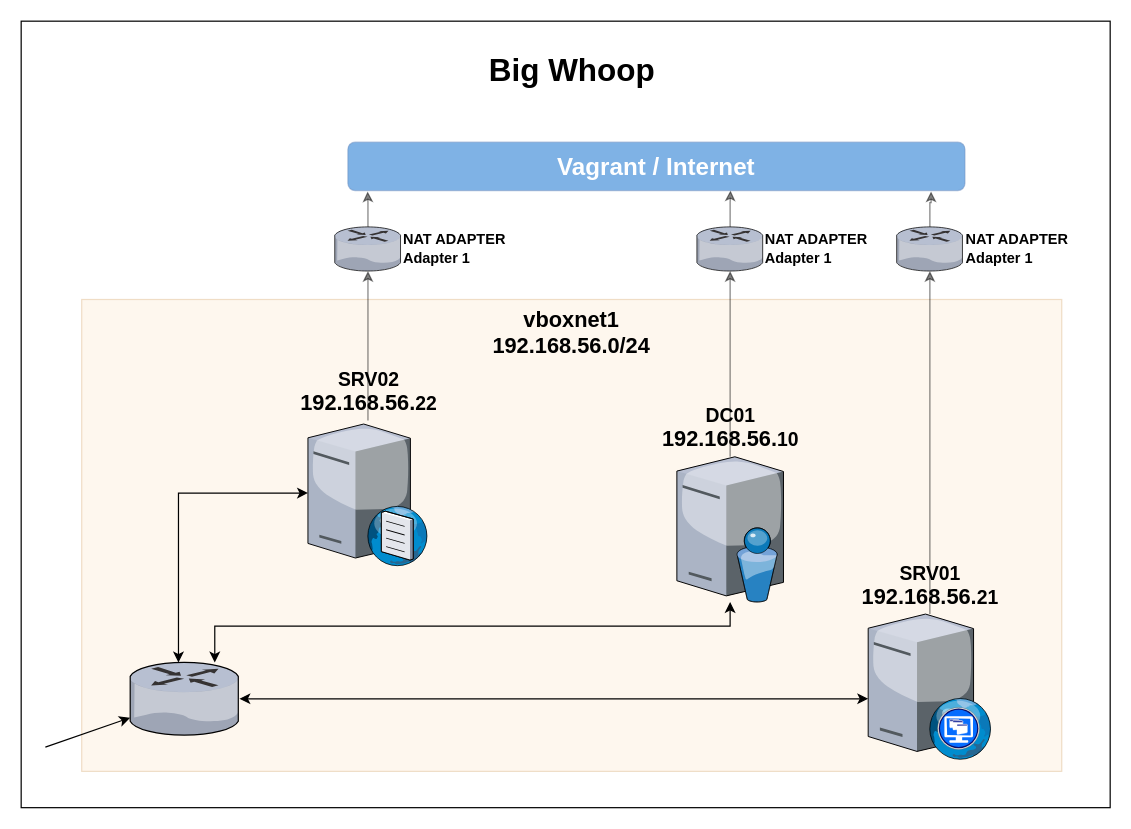
Earlier version of the draw.io diagram pics/whoop.drawio (mncmb/ninevox). Source tidied: cells renumbered, new cells numbered last; positions are measured from the earlier drawing's top-left corner, leaving out a move shared by most shapes. Both pictures are drawn from the tidied source at 121%, with x=0, y=0 at pixel (21, 21).
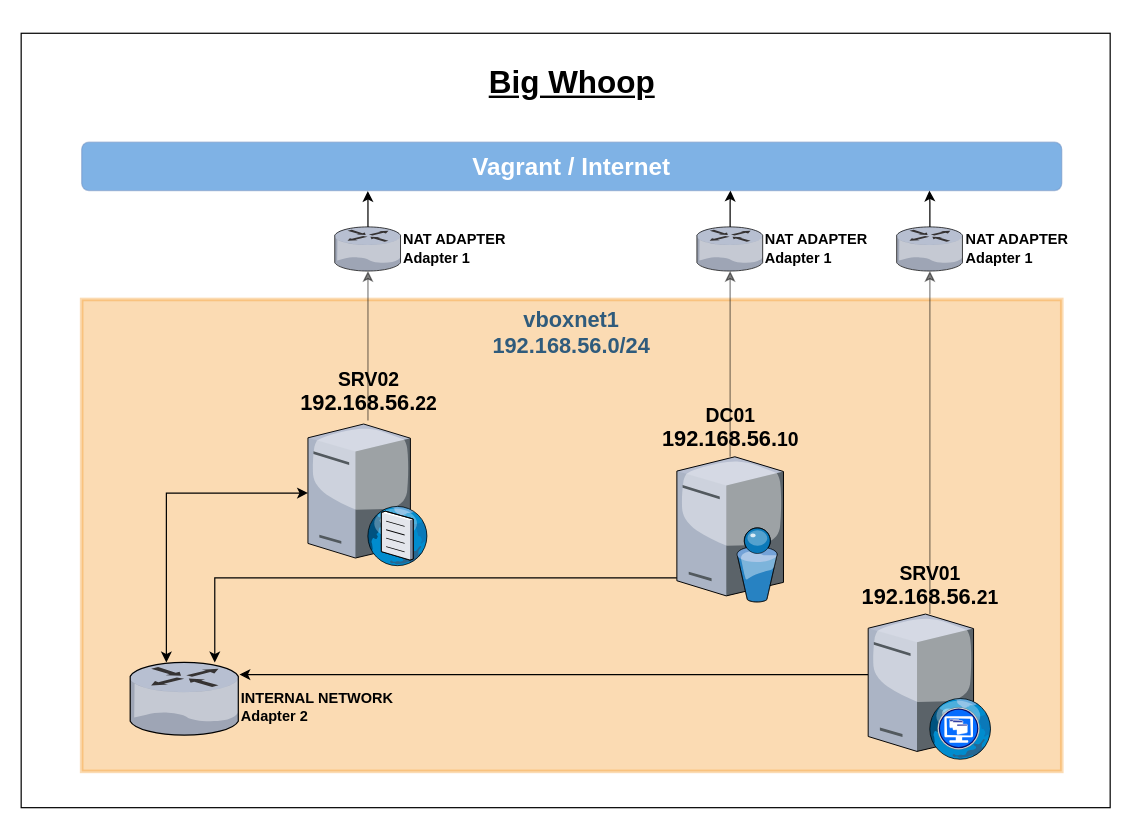
The same page after the edit.

The change refers to these unchanged cells:
```xml
<mxCell id="7" value="&lt;div style=&quot;font-size: 16px&quot;&gt;&lt;font style=&quot;font-size: 16px&quot;&gt;DC01&lt;/font&gt;&lt;/div&gt;&lt;span style=&quot;font-size: 18px&quot;&gt;192.168.56.&lt;/span&gt;&lt;span style=&quot;font-size: 16px&quot;&gt;10&lt;/span&gt;&lt;span style=&quot;font-size: 18px&quot;&gt;&lt;br&gt;&lt;/span&gt;" style="verticalLabelPosition=top;sketch=0;html=1;verticalAlign=bottom;strokeColor=#82b366;align=center;outlineConnect=0;shape=mxgraph.citrix.directory_server;labelPosition=center;fontSize=14;fontStyle=1;fillColor=#d5e8d4;" parent="1" vertex="1">
  <mxGeometry x="541.9" y="360" width="88.1" height="120" as="geometry" />
</mxCell>
<mxCell id="10" value="&lt;font style=&quot;font-size: 16px&quot;&gt;SRV02&lt;br&gt;&lt;/font&gt;&lt;span style=&quot;font-size: 18px&quot;&gt;192.168.56.&lt;/span&gt;&lt;span style=&quot;font-size: 16px&quot;&gt;22&lt;/span&gt;&lt;span style=&quot;font-size: 18px&quot;&gt;&lt;br&gt;&lt;/span&gt;" style="verticalLabelPosition=top;sketch=0;html=1;verticalAlign=bottom;strokeColor=none;align=center;outlineConnect=0;shape=mxgraph.citrix.dns_server;labelPosition=center;fontSize=14;fontStyle=1;" parent="1" vertex="1">
  <mxGeometry x="237" y="330" width="99.2" height="120" as="geometry" />
</mxCell>
<mxCell id="13" value="&lt;div style=&quot;font-size: 16px&quot;&gt;&lt;font style=&quot;font-size: 16px&quot;&gt;SRV01&lt;/font&gt;&lt;/div&gt;&lt;span style=&quot;font-size: 18px&quot;&gt;192.168.56.&lt;/span&gt;&lt;span style=&quot;font-size: 16px&quot;&gt;21&lt;/span&gt;&lt;span style=&quot;font-size: 18px&quot;&gt;&lt;br&gt;&lt;/span&gt;" style="verticalLabelPosition=top;sketch=0;html=1;verticalAlign=bottom;strokeColor=none;align=center;outlineConnect=0;shape=mxgraph.citrix.desktop_web;labelPosition=center;fontSize=14;fontStyle=1;" parent="1" vertex="1">
  <mxGeometry x="700" y="490" width="102" height="120" as="geometry" />
</mxCell>
<mxCell id="17" value="&lt;span style=&quot;text-align: left&quot;&gt;NAT ADAPTER&lt;/span&gt;&lt;br style=&quot;text-align: left&quot;&gt;&lt;span style=&quot;text-align: left&quot;&gt;Adapter 1&lt;/span&gt;" style="verticalLabelPosition=middle;sketch=0;html=1;verticalAlign=middle;strokeColor=none;align=left;outlineConnect=0;shape=mxgraph.citrix.router;labelPosition=right;fontStyle=1;" parent="1" vertex="1">
  <mxGeometry x="723.5" y="170" width="55" height="36.5" as="geometry" />
</mxCell>
<mxCell id="19" value="&lt;span style=&quot;text-align: left&quot;&gt;NAT ADAPTER&lt;/span&gt;&lt;br style=&quot;text-align: left&quot;&gt;&lt;span style=&quot;text-align: left&quot;&gt;Adapter 1&lt;/span&gt;" style="verticalLabelPosition=middle;sketch=0;html=1;verticalAlign=middle;strokeColor=none;align=left;outlineConnect=0;shape=mxgraph.citrix.router;labelPosition=right;fontStyle=1;" parent="1" vertex="1">
  <mxGeometry x="558.4" y="170" width="55" height="36.5" as="geometry" />
</mxCell>
<mxCell id="21" value="NAT ADAPTER&lt;br&gt;Adapter 1" style="verticalLabelPosition=middle;sketch=0;html=1;verticalAlign=middle;strokeColor=none;align=left;outlineConnect=0;shape=mxgraph.citrix.router;labelPosition=right;fontStyle=1;" parent="1" vertex="1">
  <mxGeometry x="259.1" y="170" width="55" height="36.5" as="geometry" />
</mxCell>
```

Change to the diagram source:
```diff
@@
     <mxCell id="2" style="rounded=0;whiteSpace=wrap;html=1;fontSize=26;" parent="1" vertex="1">
-      <mxGeometry width="900" height="650" as="geometry" />
+      <mxGeometry y="10" width="900" height="640" as="geometry" />
     </mxCell>
-    <mxCell id="3" value="&lt;div style=&quot;font-size: 18px&quot;&gt;&lt;span&gt;vboxnet1&lt;/span&gt;&lt;/div&gt;&lt;div style=&quot;font-size: 18px&quot;&gt;&lt;span&gt;192.168.56.0/24&lt;/span&gt;&lt;br&gt;&lt;/div&gt;" style="whiteSpace=wrap;html=1;fillColor=#fad7ac;fontSize=14;strokeColor=#b46504;verticalAlign=top;fontStyle=1;opacity=20;" parent="1" vertex="1">
+    <mxCell id="3" value="&lt;div style=&quot;font-size: 18px&quot;&gt;&lt;span&gt;vboxnet1&lt;/span&gt;&lt;/div&gt;&lt;div style=&quot;font-size: 18px&quot;&gt;&lt;span&gt;192.168.56.0/24&lt;/span&gt;&lt;br&gt;&lt;/div&gt;" style="whiteSpace=wrap;html=1;fillColor=#F08705;fontSize=14;strokeColor=#F08705;verticalAlign=top;fontStyle=1;opacity=30;fontColor=#2F5B7C;rounded=0;shadow=0;labelBackgroundColor=none;strokeWidth=3;" parent="1" vertex="1">
       <mxGeometry x="50" y="230" width="810" height="390" as="geometry" />
     </mxCell>
-    <mxCell id="4" value="Big Whoop" style="text;strokeColor=none;fillColor=none;html=1;fontSize=26;fontStyle=1;verticalAlign=middle;align=center;" parent="1" vertex="1">
-      <mxGeometry x="24.5" y="21" width="861" height="40" as="geometry" />
+    <mxCell id="4" value="Big Whoop" style="text;strokeColor=none;fillColor=none;html=1;fontSize=26;fontStyle=5;verticalAlign=middle;align=center;" parent="1" vertex="1">
+      <mxGeometry x="24.5" y="31" width="861" height="40" as="geometry" />
     </mxCell>
+    <mxCell id="6" style="edgeStyle=orthogonalEdgeStyle;rounded=0;jettySize=auto;html=1;opacity=50;" parent="1" edge="1" source="7" target="19">
+      <mxGeometry relative="1" as="geometry" />
+    </mxCell>
-    <mxCell id="5" style="edgeStyle=orthogonalEdgeStyle;rounded=0;jettySize=auto;html=1;startArrow=classic;startFill=1;" parent="1" edge="1" source="7" target="14">
+    <mxCell id="5" style="edgeStyle=orthogonalEdgeStyle;rounded=0;jettySize=auto;html=1;" parent="1" edge="1" source="7" target="14">
       <mxGeometry relative="1" as="geometry">
         <Array as="points">
-          <mxPoint x="586" y="500" />
-          <mxPoint x="160" y="500" />
+          <mxPoint x="160" y="460" />
         </Array>
       </mxGeometry>
     </mxCell>
-    <mxCell id="6" style="edgeStyle=orthogonalEdgeStyle;rounded=0;jettySize=auto;html=1;opacity=50;" parent="1" edge="1" source="7" target="19">
-      <mxGeometry relative="1" as="geometry" />
-    </mxCell>
@@
     <mxCell id="8" style="edgeStyle=orthogonalEdgeStyle;rounded=0;jettySize=auto;html=1;startArrow=classic;startFill=1;" parent="1" edge="1" source="10" target="14">
       <mxGeometry relative="1" as="geometry">
         <Array as="points">
-          <mxPoint x="130" y="390" />
+          <mxPoint x="120" y="390" />
         </Array>
       </mxGeometry>
     </mxCell>
@@
+    <mxCell id="12" style="edgeStyle=orthogonalEdgeStyle;rounded=0;jettySize=auto;html=1;opacity=50;" parent="1" edge="1" source="13" target="17">
+      <mxGeometry relative="1" as="geometry" />
+    </mxCell>
-    <mxCell id="11" style="edgeStyle=orthogonalEdgeStyle;rounded=0;jettySize=auto;html=1;startArrow=classic;startFill=1;" parent="1" edge="1" source="13" target="14">
+    <mxCell id="11" style="edgeStyle=orthogonalEdgeStyle;rounded=0;jettySize=auto;html=1;" parent="1" edge="1" source="13" target="14">
       <mxGeometry relative="1" as="geometry">
         <Array as="points">
-          <mxPoint x="681" y="560" />
-          <mxPoint x="155" y="560" />
+          <mxPoint x="560" y="540" />
+          <mxPoint x="560" y="540" />
         </Array>
       </mxGeometry>
     </mxCell>
-    <mxCell id="12" style="edgeStyle=orthogonalEdgeStyle;rounded=0;jettySize=auto;html=1;opacity=50;" parent="1" edge="1" source="13" target="17">
-      <mxGeometry relative="1" as="geometry" />
-    </mxCell>
@@
-    <mxCell id="14" style="verticalLabelPosition=bottom;sketch=0;html=1;verticalAlign=top;strokeColor=none;align=center;outlineConnect=0;shape=mxgraph.citrix.router;" parent="1" vertex="1">
+    <mxCell id="14" value="&lt;font style=&quot;font-size: 12px;&quot;&gt;&lt;br&gt;&lt;b style=&quot;&quot;&gt;INTERNAL NETWORK&amp;nbsp;&lt;br&gt;Adapter 2&lt;/b&gt;&lt;/font&gt;" style="verticalLabelPosition=middle;sketch=0;html=1;verticalAlign=middle;strokeColor=none;align=left;outlineConnect=0;shape=mxgraph.citrix.router;labelPosition=right;" parent="1" vertex="1">
       <mxGeometry x="90" y="530" width="90.4" height="60" as="geometry" />
     </mxCell>
-    <mxCell id="15" style="endArrow=classic;html=1;rounded=0;" parent="1" edge="1" target="14">
-      <mxGeometry relative="1" as="geometry">
-        <mxPoint x="20" y="600" as="sourcePoint" />
-      </mxGeometry>
-    </mxCell>
-    <mxCell id="16" style="edgeStyle=orthogonalEdgeStyle;rounded=0;jettySize=auto;html=1;entryX=0.945;entryY=1.017;entryDx=0;entryDy=0;entryPerimeter=0;fontSize=20;opacity=50;" parent="1" edge="1" source="17" target="22">
+    <mxCell id="16" style="edgeStyle=orthogonalEdgeStyle;rounded=0;jettySize=auto;html=1;entryX=0.865;entryY=1;entryDx=0;entryDy=0;entryPerimeter=0;" parent="1" edge="1" source="17" target="22">
       <mxGeometry relative="1" as="geometry" />
     </mxCell>
@@
-    <mxCell id="18" style="edgeStyle=orthogonalEdgeStyle;rounded=0;jettySize=auto;html=1;entryX=0.62;entryY=0.996;entryDx=0;entryDy=0;entryPerimeter=0;fontSize=20;opacity=50;" parent="1" edge="1" source="19" target="22">
+    <mxCell id="18" style="edgeStyle=orthogonalEdgeStyle;rounded=0;jettySize=auto;html=1;entryX=0.662;entryY=1;entryDx=0;entryDy=0;entryPerimeter=0;" parent="1" edge="1" source="19" target="22">
       <mxGeometry relative="1" as="geometry" />
     </mxCell>
@@
-    <mxCell id="20" style="edgeStyle=orthogonalEdgeStyle;rounded=0;jettySize=auto;html=1;entryX=0.032;entryY=1.017;entryDx=0;entryDy=0;entryPerimeter=0;fontSize=20;opacity=50;" parent="1" edge="1" source="21" target="22">
+    <mxCell id="20" style="edgeStyle=orthogonalEdgeStyle;rounded=0;jettySize=auto;html=1;entryX=0.292;entryY=1.01;entryDx=0;entryDy=0;entryPerimeter=0;" parent="1" edge="1" source="21" target="22">
       <mxGeometry relative="1" as="geometry" />
     </mxCell>
@@
     <mxCell id="22" value="&lt;b&gt;&lt;font style=&quot;font-size: 20px&quot; color=&quot;#ffffff&quot;&gt;Vagrant / Internet&lt;/font&gt;&lt;/b&gt;" style="rounded=1;whiteSpace=wrap;html=1;strokeColor=#6c8ebf;fillColor=#0066CC;opacity=50;" parent="1" vertex="1">
-      <mxGeometry x="270" y="100" width="510" height="40" as="geometry" />
+      <mxGeometry x="50" y="100" width="810" height="40" as="geometry" />
     </mxCell>
```
